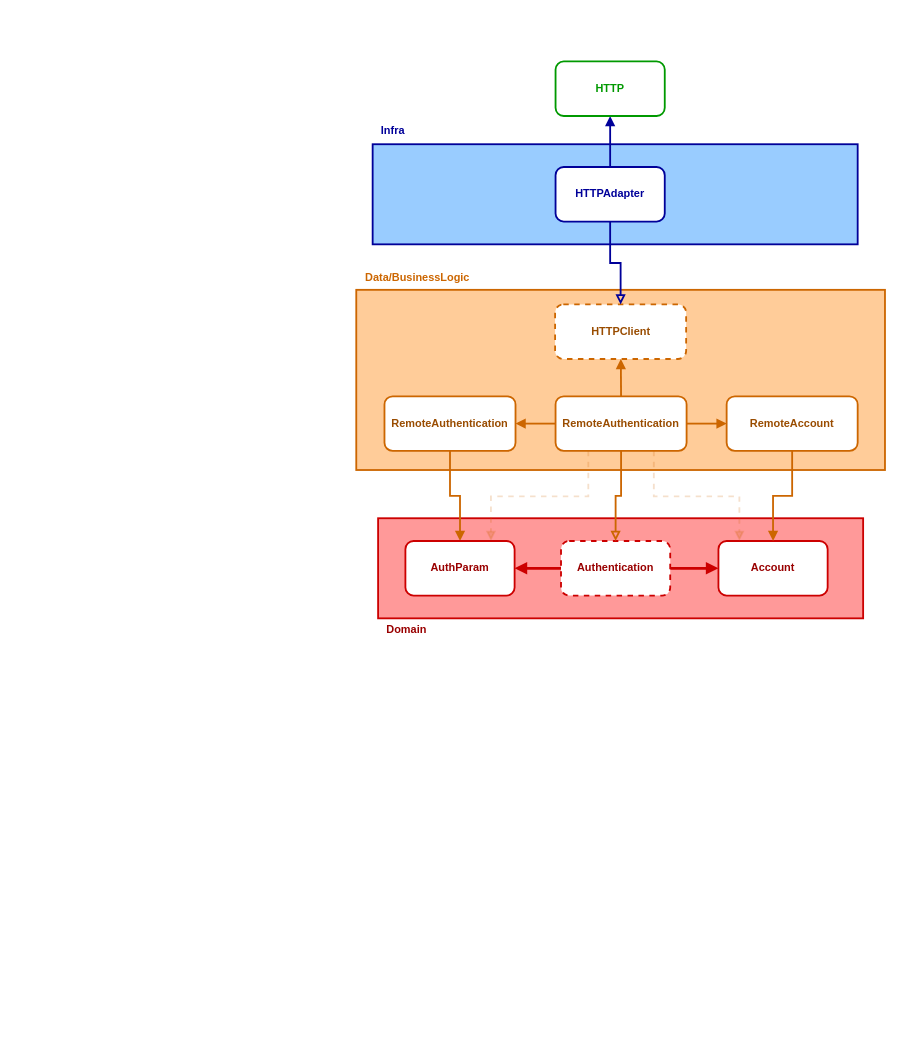
The draw.io diagram docs/diagrams/login.drawio in PaoloProdossimoLopes/flutter-for-dev-clean-app, before the edit. Source tidied: cells renumbered, new cells numbered last; positions are measured from the earlier drawing's top-left corner, leaving out a move shared by most shapes. Both pictures are drawn from the tidied source at 91%, with x=0, y=0 at pixel (356, 61).
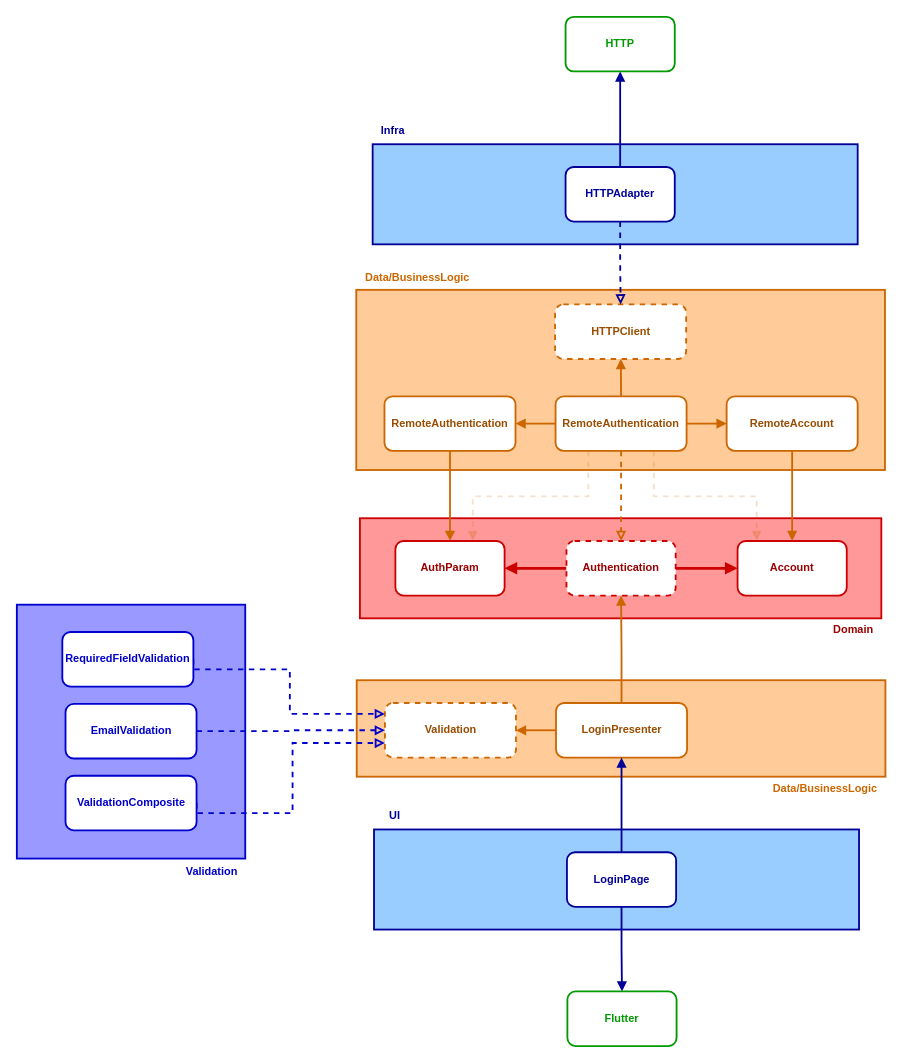
The same diagram, later.

Unchanged cells that the change refers to:
```xml
<mxCell id="15" value="RemoteAuthentication" style="whiteSpace=wrap;html=1;rounded=1;strokeColor=#CC6600;strokeWidth=2;fontStyle=1;fontColor=#994C00;" parent="1" vertex="1">
  <mxGeometry x="219" y="368" width="144" height="60" as="geometry" />
</mxCell>
<mxCell id="17" value="HTTPClient" style="whiteSpace=wrap;html=1;dashed=1;rounded=1;strokeColor=#CC6600;strokeWidth=2;fontStyle=1;fontColor=#994C00;" parent="1" vertex="1">
  <mxGeometry x="218.5" y="267" width="144" height="60" as="geometry" />
</mxCell>
```

The edit, as a diff of the source:
```diff
@@
     <mxCell id="2" style="whiteSpace=wrap;html=1;fillColor=#FF9999;strokeColor=#CC0000;strokeWidth=2;" parent="1" vertex="1">
-      <mxGeometry x="24" y="502" width="533" height="110" as="geometry" />
+      <mxGeometry x="4" y="502" width="573" height="110" as="geometry" />
     </mxCell>
@@
     <mxCell id="5" value="Authentication" style="whiteSpace=wrap;html=1;dashed=1;rounded=1;strokeColor=#CC0000;strokeWidth=2;fontStyle=1;fontColor=#990000;" parent="1" vertex="1">
-      <mxGeometry x="225" y="527" width="120" height="60" as="geometry" />
+      <mxGeometry x="231" y="527" width="120" height="60" as="geometry" />
     </mxCell>
     <mxCell id="6" value="Account" style="whiteSpace=wrap;html=1;rounded=1;strokeColor=#CC0000;strokeWidth=2;fontStyle=1;fontColor=#990000;" parent="1" vertex="1">
-      <mxGeometry x="398" y="527" width="120" height="60" as="geometry" />
+      <mxGeometry x="419" y="527" width="120" height="60" as="geometry" />
     </mxCell>
     <mxCell id="7" value="Domain" style="text;html=1;align=center;verticalAlign=middle;strokeColor=none;fillColor=none;strokeWidth=2;fontStyle=1;fontColor=#990000;" parent="1" vertex="1">
-      <mxGeometry x="24" y="612" width="62" height="26" as="geometry" />
+      <mxGeometry x="515" y="612" width="62" height="26" as="geometry" />
     </mxCell>
@@
-    <mxCell id="10" style="edgeStyle=orthogonalEdgeStyle;rounded=0;jettySize=auto;html=1;fontColor=default;endArrow=block;strokeColor=#CC6600;endFill=0;strokeWidth=2;" parent="1" edge="1" source="15" target="5">
+    <mxCell id="10" style="edgeStyle=orthogonalEdgeStyle;rounded=0;jettySize=auto;html=1;fontColor=default;endArrow=block;strokeColor=#CC6600;endFill=0;strokeWidth=2;dashed=1;" parent="1" edge="1" source="15" target="5">
       <mxGeometry relative="1" as="geometry" />
     </mxCell>
@@
     <mxCell id="13" style="edgeStyle=orthogonalEdgeStyle;rounded=0;jettySize=auto;html=1;exitX=0.25;exitY=1;exitDx=0;exitDy=0;fontColor=default;endArrow=block;endFill=1;strokeColor=#CC6600;strokeWidth=2;dashed=1;fillOpacity=100;opacity=20;" parent="1" edge="1" source="15" target="22">
       <mxGeometry relative="1" as="geometry">
         <Array as="points">
           <mxPoint x="255" y="478" />
-          <mxPoint x="148" y="478" />
+          <mxPoint x="128" y="478" />
         </Array>
       </mxGeometry>
     </mxCell>
     <mxCell id="14" style="edgeStyle=orthogonalEdgeStyle;rounded=0;jettySize=auto;html=1;exitX=0.75;exitY=1;exitDx=0;exitDy=0;fontColor=default;endArrow=block;endFill=1;strokeColor=#CC6600;strokeWidth=2;dashed=1;fillOpacity=100;opacity=20;" parent="1" edge="1" source="15" target="6">
       <mxGeometry relative="1" as="geometry">
         <Array as="points">
           <mxPoint x="327" y="478" />
-          <mxPoint x="421" y="478" />
+          <mxPoint x="440" y="478" />
         </Array>
       </mxGeometry>
     </mxCell>
@@
     <mxCell id="22" value="AuthParam" style="whiteSpace=wrap;html=1;rounded=1;strokeColor=#CC0000;strokeWidth=2;fontStyle=1;fontColor=#990000;" parent="1" vertex="1">
-      <mxGeometry x="54" y="527" width="120" height="60" as="geometry" />
+      <mxGeometry x="43" y="527" width="120" height="60" as="geometry" />
     </mxCell>
@@
-    <mxCell id="24" style="edgeStyle=orthogonalEdgeStyle;rounded=0;jettySize=auto;html=1;exitX=0.5;exitY=1;exitDx=0;exitDy=0;endArrow=block;strokeColor=#000099;endFill=0;strokeWidth=2;" parent="1" edge="1" source="26" target="17">
+    <mxCell id="24" style="edgeStyle=orthogonalEdgeStyle;rounded=0;jettySize=auto;html=1;exitX=0.5;exitY=1;exitDx=0;exitDy=0;endArrow=block;strokeColor=#000099;endFill=0;strokeWidth=2;dashed=1;" parent="1" edge="1" source="26" target="17">
       <mxGeometry relative="1" as="geometry" />
     </mxCell>
@@
     <mxCell id="26" value="HTTPAdapter" style="whiteSpace=wrap;html=1;rounded=1;strokeColor=#000099;strokeWidth=2;fontStyle=1;fontColor=#000099;fillColor=default;" parent="1" vertex="1">
-      <mxGeometry x="219" y="116" width="120" height="60" as="geometry" />
+      <mxGeometry x="230" y="116" width="120" height="60" as="geometry" />
     </mxCell>
@@
     <mxCell id="28" value="HTTP" style="whiteSpace=wrap;html=1;rounded=1;strokeColor=#009900;strokeWidth=2;fontStyle=1;fontColor=#009900;fillColor=default;" parent="1" vertex="1">
-      <mxGeometry x="219" width="120" height="60" as="geometry" />
+      <mxGeometry x="230" y="-49" width="120" height="60" as="geometry" />
     </mxCell>
+    <mxCell id="29" style="whiteSpace=wrap;html=1;fillColor=#FFCC99;strokeColor=#CC6600;strokeWidth=2;" parent="1" vertex="1">
+      <mxGeometry x="0.5" y="680" width="581" height="106" as="geometry" />
+    </mxCell>
+    <mxCell id="30" style="edgeStyle=orthogonalEdgeStyle;rounded=0;jettySize=auto;html=1;exitX=0;exitY=0.5;exitDx=0;exitDy=0;fontColor=default;endArrow=block;endFill=1;strokeColor=#CC6600;strokeWidth=2;" parent="1" edge="1" source="32" target="34">
+      <mxGeometry relative="1" as="geometry" />
+    </mxCell>
+    <mxCell id="31" style="edgeStyle=orthogonalEdgeStyle;rounded=0;jettySize=auto;html=1;endArrow=block;strokeColor=#CC6600;endFill=1;strokeWidth=2;" parent="1" edge="1" source="32" target="5">
+      <mxGeometry relative="1" as="geometry" />
+    </mxCell>
+    <mxCell id="32" value="LoginPresenter" style="whiteSpace=wrap;html=1;rounded=1;strokeColor=#CC6600;strokeWidth=2;fontStyle=1;fontColor=#994C00;" parent="1" vertex="1">
+      <mxGeometry x="219.5" y="705" width="144" height="60" as="geometry" />
+    </mxCell>
+    <mxCell id="33" value="Data/BusinessLogic" style="text;html=1;align=center;verticalAlign=middle;strokeColor=none;fillColor=none;strokeWidth=2;fontStyle=1;fontColor=#CC6600;" parent="1" vertex="1">
+      <mxGeometry x="448.5" y="786" width="133" height="26" as="geometry" />
+    </mxCell>
+    <mxCell id="34" value="Validation" style="whiteSpace=wrap;html=1;rounded=1;strokeColor=#CC6600;strokeWidth=2;fontStyle=1;fontColor=#994C00;dashed=1;" parent="1" vertex="1">
+      <mxGeometry x="31.5" y="705" width="144" height="60" as="geometry" />
+    </mxCell>
+    <mxCell id="35" style="whiteSpace=wrap;html=1;fillColor=#99CCFF;strokeColor=#000099;strokeWidth=2;" parent="1" vertex="1">
+      <mxGeometry x="19.5" y="844" width="533" height="110" as="geometry" />
+    </mxCell>
+    <mxCell id="36" style="edgeStyle=orthogonalEdgeStyle;rounded=0;jettySize=auto;html=1;endArrow=block;strokeColor=#000099;endFill=1;strokeWidth=2;" parent="1" edge="1" source="38" target="32">
+      <mxGeometry relative="1" as="geometry" />
+    </mxCell>
+    <mxCell id="37" style="edgeStyle=orthogonalEdgeStyle;rounded=0;jettySize=auto;html=1;exitX=0.5;exitY=1;exitDx=0;exitDy=0;endArrow=block;strokeColor=#000099;endFill=1;strokeWidth=2;" parent="1" edge="1" source="38" target="40">
+      <mxGeometry relative="1" as="geometry" />
+    </mxCell>
+    <mxCell id="38" value="LoginPage" style="whiteSpace=wrap;html=1;rounded=1;strokeColor=#000099;strokeWidth=2;fontStyle=1;fontColor=#000099;fillColor=default;" parent="1" vertex="1">
+      <mxGeometry x="231.5" y="869" width="120" height="60" as="geometry" />
+    </mxCell>
+    <mxCell id="39" value="UI" style="text;html=1;align=center;verticalAlign=middle;strokeColor=none;fillColor=none;strokeWidth=2;fontStyle=1;fontColor=#000099;" parent="1" vertex="1">
+      <mxGeometry x="26.5" y="816" width="30" height="26" as="geometry" />
+    </mxCell>
+    <mxCell id="40" value="Flutter" style="whiteSpace=wrap;html=1;rounded=1;strokeColor=#009900;strokeWidth=2;fontStyle=1;fontColor=#009900;fillColor=default;" parent="1" vertex="1">
+      <mxGeometry x="232" y="1022" width="120" height="60" as="geometry" />
+    </mxCell>
+    <mxCell id="41" style="whiteSpace=wrap;html=1;fillColor=#9999FF;strokeColor=#0000CC;strokeWidth=2;fontColor=#0000CC;" parent="1" vertex="1">
+      <mxGeometry x="-373" y="597" width="251" height="279" as="geometry" />
+    </mxCell>
+    <mxCell id="42" style="edgeStyle=orthogonalEdgeStyle;rounded=0;jettySize=auto;html=1;exitX=1;exitY=0.5;exitDx=0;exitDy=0;endArrow=block;strokeColor=#0000CC;endFill=0;strokeWidth=2;dashed=1;" parent="1" edge="1" source="43" target="34">
+      <mxGeometry relative="1" as="geometry">
+        <Array as="points">
+          <mxPoint x="-73" y="668" />
+          <mxPoint x="-73" y="717" />
+        </Array>
+      </mxGeometry>
+    </mxCell>
+    <mxCell id="43" value="RequiredFieldValidation" style="whiteSpace=wrap;html=1;rounded=1;strokeColor=#0000CC;strokeWidth=2;fontStyle=1;fontColor=#0000CC;" parent="1" vertex="1">
+      <mxGeometry x="-323" y="627" width="144" height="60" as="geometry" />
+    </mxCell>
+    <mxCell id="44" style="edgeStyle=orthogonalEdgeStyle;rounded=0;jettySize=auto;html=1;exitX=1;exitY=0.5;exitDx=0;exitDy=0;endArrow=block;strokeColor=#0000CC;endFill=0;strokeWidth=2;dashed=1;" parent="1" edge="1" source="45" target="34">
+      <mxGeometry relative="1" as="geometry" />
+    </mxCell>
+    <mxCell id="45" value="EmailValidation" style="whiteSpace=wrap;html=1;rounded=1;strokeColor=#0000CC;strokeWidth=2;fontStyle=1;fontColor=#0000CC;" parent="1" vertex="1">
+      <mxGeometry x="-319.5" y="706" width="144" height="60" as="geometry" />
+    </mxCell>
+    <mxCell id="46" style="edgeStyle=orthogonalEdgeStyle;rounded=0;jettySize=auto;html=1;exitX=1;exitY=0.5;exitDx=0;exitDy=0;endArrow=block;strokeColor=#0000CC;endFill=0;strokeWidth=2;dashed=1;" parent="1" edge="1" source="47" target="34">
+      <mxGeometry relative="1" as="geometry">
+        <Array as="points">
+          <mxPoint x="-175" y="826" />
+          <mxPoint x="-70" y="826" />
+          <mxPoint x="-70" y="749" />
+        </Array>
+      </mxGeometry>
+    </mxCell>
+    <mxCell id="47" value="ValidationComposite" style="whiteSpace=wrap;html=1;rounded=1;strokeColor=#0000CC;strokeWidth=2;fontStyle=1;fontColor=#0000CC;" parent="1" vertex="1">
+      <mxGeometry x="-319.5" y="785" width="144" height="60" as="geometry" />
+    </mxCell>
+    <mxCell id="48" value="Validation" style="text;html=1;align=center;verticalAlign=middle;strokeColor=none;fillColor=none;fontColor=#0000CC;fontStyle=1;" parent="1" vertex="1">
+      <mxGeometry x="-197" y="878" width="75" height="26" as="geometry" />
+    </mxCell>
```
